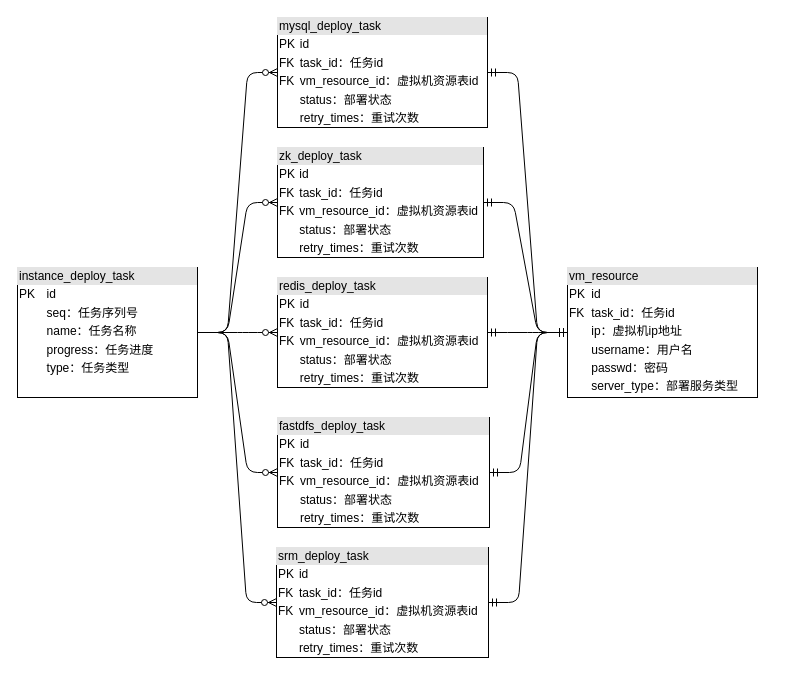
Above: page "数据库设计" (3 of 3) of SAAS自动部署.drawio in iceAcmen/myDesign (draw.io), before the change. Source tidied: cells renumbered, new cells numbered last; positions are measured from the earlier drawing's top-left corner, leaving out a move shared by most shapes. Both pictures are drawn from the tidied source at 100%, with x=0, y=0 at pixel (17, 17).
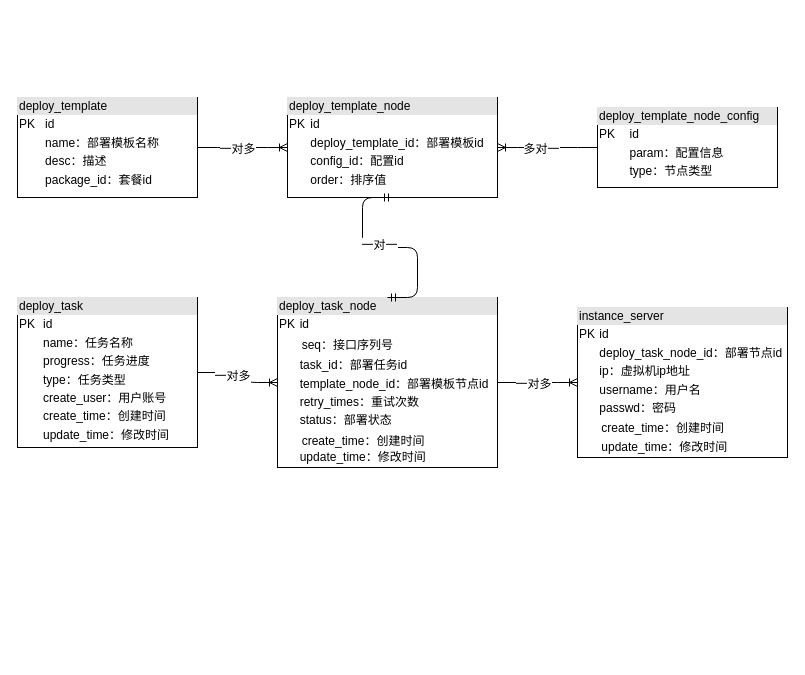
Above is the later version.

Change to the diagram source:
```diff
@@
 <mxGraphModel>
   <root>
     <mxCell id="0" />
     <mxCell id="1" parent="0" />
-    <mxCell id="2" value="&lt;div style=&quot;box-sizing: border-box ; width: 100% ; background: #e4e4e4 ; padding: 2px&quot;&gt;instance_deploy_task&lt;/div&gt;&lt;table style=&quot;width: 100% ; font-size: 1em&quot; cellpadding=&quot;2&quot; cellspacing=&quot;0&quot;&gt;&lt;tbody&gt;&lt;tr&gt;&lt;td&gt;PK&lt;/td&gt;&lt;td&gt;id&lt;/td&gt;&lt;/tr&gt;&lt;tr&gt;&lt;td&gt;&lt;br&gt;&lt;/td&gt;&lt;td&gt;seq：任务序列号&lt;/td&gt;&lt;/tr&gt;&lt;tr&gt;&lt;td&gt;&lt;/td&gt;&lt;td&gt;name：任务名称&lt;/td&gt;&lt;/tr&gt;&lt;tr&gt;&lt;td&gt;&lt;br&gt;&lt;/td&gt;&lt;td&gt;progress：任务进度&lt;/td&gt;&lt;/tr&gt;&lt;tr&gt;&lt;td&gt;&lt;br&gt;&lt;/td&gt;&lt;td&gt;type：任务类型&lt;/td&gt;&lt;/tr&gt;&lt;/tbody&gt;&lt;/table&gt;" style="verticalAlign=top;align=left;overflow=fill;html=1;" parent="1" vertex="1">
-      <mxGeometry y="250" width="180" height="130" as="geometry" />
+    <mxCell id="2" value="&lt;div style=&quot;box-sizing: border-box ; width: 100% ; background: #e4e4e4 ; padding: 2px&quot;&gt;deploy_task&lt;/div&gt;&lt;table style=&quot;width: 100% ; font-size: 1em&quot; cellpadding=&quot;2&quot; cellspacing=&quot;0&quot;&gt;&lt;tbody&gt;&lt;tr&gt;&lt;td&gt;PK&lt;/td&gt;&lt;td&gt;id&lt;/td&gt;&lt;/tr&gt;&lt;tr&gt;&lt;td&gt;&lt;/td&gt;&lt;td&gt;name：任务名称&lt;/td&gt;&lt;/tr&gt;&lt;tr&gt;&lt;td&gt;&lt;br&gt;&lt;/td&gt;&lt;td&gt;progress：任务进度&lt;/td&gt;&lt;/tr&gt;&lt;tr&gt;&lt;td&gt;&lt;br&gt;&lt;/td&gt;&lt;td&gt;type：任务类型&lt;/td&gt;&lt;/tr&gt;&lt;tr&gt;&lt;td&gt;&lt;br&gt;&lt;/td&gt;&lt;td&gt;create_user：用户账号&lt;/td&gt;&lt;/tr&gt;&lt;tr&gt;&lt;td&gt;&lt;br&gt;&lt;/td&gt;&lt;td&gt;create_time：创建时间&lt;/td&gt;&lt;/tr&gt;&lt;tr&gt;&lt;td&gt;&lt;br&gt;&lt;/td&gt;&lt;td&gt;update_time：修改时间&lt;/td&gt;&lt;/tr&gt;&lt;/tbody&gt;&lt;/table&gt;" style="verticalAlign=top;align=left;overflow=fill;html=1;" parent="1" vertex="1">
+      <mxGeometry y="280" width="180" height="150" as="geometry" />
     </mxCell>
-    <mxCell id="3" value="&lt;div style=&quot;box-sizing: border-box ; width: 100% ; background: #e4e4e4 ; padding: 2px&quot;&gt;mysql_deploy_task&lt;/div&gt;&lt;table style=&quot;width: 100% ; font-size: 1em&quot; cellpadding=&quot;2&quot; cellspacing=&quot;0&quot;&gt;&lt;tbody&gt;&lt;tr&gt;&lt;td&gt;PK&lt;/td&gt;&lt;td&gt;id&lt;/td&gt;&lt;/tr&gt;&lt;tr&gt;&lt;td&gt;FK&lt;/td&gt;&lt;td&gt;task_id：任务id&lt;/td&gt;&lt;/tr&gt;&lt;tr&gt;&lt;td&gt;FK&lt;br&gt;&lt;/td&gt;&lt;td&gt;vm_resource_id：虚拟机资源表id&lt;/td&gt;&lt;/tr&gt;&lt;tr&gt;&lt;td&gt;&lt;br&gt;&lt;/td&gt;&lt;td&gt;status：部署状态&lt;/td&gt;&lt;/tr&gt;&lt;tr&gt;&lt;td&gt;&lt;br&gt;&lt;/td&gt;&lt;td&gt;retry_times：重试次数&lt;/td&gt;&lt;/tr&gt;&lt;/tbody&gt;&lt;/table&gt;" style="verticalAlign=top;align=left;overflow=fill;html=1;" parent="1" vertex="1">
-      <mxGeometry x="260" width="210" height="110" as="geometry" />
-    </mxCell>
-    <mxCell id="4" value="&lt;div style=&quot;box-sizing: border-box ; width: 100% ; background: #e4e4e4 ; padding: 2px&quot;&gt;vm_resource&lt;/div&gt;&lt;table style=&quot;width: 100% ; font-size: 1em&quot; cellpadding=&quot;2&quot; cellspacing=&quot;0&quot;&gt;&lt;tbody&gt;&lt;tr&gt;&lt;td&gt;PK&lt;/td&gt;&lt;td&gt;id&lt;/td&gt;&lt;/tr&gt;&lt;tr&gt;&lt;td&gt;FK&lt;/td&gt;&lt;td&gt;task_id：任务id&lt;/td&gt;&lt;/tr&gt;&lt;tr&gt;&lt;td&gt;&lt;br&gt;&lt;/td&gt;&lt;td&gt;ip：虚拟机ip地址&lt;/td&gt;&lt;/tr&gt;&lt;tr&gt;&lt;td&gt;&lt;br&gt;&lt;/td&gt;&lt;td&gt;username：用户名&lt;/td&gt;&lt;/tr&gt;&lt;tr&gt;&lt;td&gt;&lt;br&gt;&lt;/td&gt;&lt;td&gt;passwd：密码&lt;/td&gt;&lt;/tr&gt;&lt;tr&gt;&lt;td&gt;&lt;br&gt;&lt;/td&gt;&lt;td&gt;server_type：部署服务类型&lt;/td&gt;&lt;/tr&gt;&lt;/tbody&gt;&lt;/table&gt;" style="verticalAlign=top;align=left;overflow=fill;html=1;" parent="1" vertex="1">
-      <mxGeometry x="550" y="250" width="190" height="130" as="geometry" />
+    <mxCell id="4" value="&lt;div style=&quot;box-sizing: border-box ; width: 100% ; background: #e4e4e4 ; padding: 2px&quot;&gt;instance_server&lt;/div&gt;&lt;table style=&quot;width: 100% ; font-size: 1em&quot; cellpadding=&quot;2&quot; cellspacing=&quot;0&quot;&gt;&lt;tbody&gt;&lt;tr&gt;&lt;td&gt;PK&lt;/td&gt;&lt;td&gt;id&lt;/td&gt;&lt;/tr&gt;&lt;tr&gt;&lt;td&gt;&lt;br&gt;&lt;/td&gt;&lt;td&gt;deploy_task_node_id：部署节点id&lt;/td&gt;&lt;/tr&gt;&lt;tr&gt;&lt;td&gt;&lt;br&gt;&lt;/td&gt;&lt;td&gt;ip：虚拟机ip地址&lt;/td&gt;&lt;/tr&gt;&lt;tr&gt;&lt;td&gt;&lt;br&gt;&lt;/td&gt;&lt;td&gt;username：用户名&lt;/td&gt;&lt;/tr&gt;&lt;tr&gt;&lt;td&gt;&lt;br&gt;&lt;/td&gt;&lt;td&gt;passwd：密码&lt;/td&gt;&lt;/tr&gt;&lt;tr&gt;&lt;td&gt;&lt;br&gt;&lt;/td&gt;&lt;td&gt;&lt;table cellpadding=&quot;2&quot; cellspacing=&quot;0&quot; style=&quot;font-size: 1em ; width: 180px&quot;&gt;&lt;tbody&gt;&lt;tr&gt;&lt;td&gt;create_time：创建时间&lt;/td&gt;&lt;/tr&gt;&lt;tr&gt;&lt;td&gt;update_time：修改时间&lt;br&gt;&lt;/td&gt;&lt;/tr&gt;&lt;tr&gt;&lt;/tr&gt;&lt;/tbody&gt;&lt;/table&gt;&lt;/td&gt;&lt;/tr&gt;&lt;/tbody&gt;&lt;/table&gt;" style="verticalAlign=top;align=left;overflow=fill;html=1;" parent="1" vertex="1">
+      <mxGeometry x="560" y="290" width="210" height="150" as="geometry" />
     </mxCell>
-    <mxCell id="5" value="&lt;div style=&quot;box-sizing: border-box ; width: 100% ; background: #e4e4e4 ; padding: 2px&quot;&gt;redis_deploy_task&lt;/div&gt;&lt;table style=&quot;width: 100% ; font-size: 1em&quot; cellpadding=&quot;2&quot; cellspacing=&quot;0&quot;&gt;&lt;tbody&gt;&lt;tr&gt;&lt;td&gt;PK&lt;/td&gt;&lt;td&gt;id&lt;/td&gt;&lt;/tr&gt;&lt;tr&gt;&lt;td&gt;FK&lt;br&gt;&lt;/td&gt;&lt;td&gt;task_id：任务id&lt;/td&gt;&lt;/tr&gt;&lt;tr&gt;&lt;td&gt;FK&lt;br&gt;&lt;/td&gt;&lt;td&gt;vm_resource_id：虚拟机资源表id&lt;/td&gt;&lt;/tr&gt;&lt;tr&gt;&lt;td&gt;&lt;br&gt;&lt;/td&gt;&lt;td&gt;status：部署状态&lt;/td&gt;&lt;/tr&gt;&lt;tr&gt;&lt;td&gt;&lt;br&gt;&lt;/td&gt;&lt;td&gt;retry_times：重试次数&lt;br&gt;&lt;/td&gt;&lt;/tr&gt;&lt;/tbody&gt;&lt;/table&gt;" style="verticalAlign=top;align=left;overflow=fill;html=1;" parent="1" vertex="1">
-      <mxGeometry x="260" y="260" width="210" height="110" as="geometry" />
-    </mxCell>
-    <mxCell id="6" value="&lt;div style=&quot;box-sizing: border-box ; width: 100% ; background: #e4e4e4 ; padding: 2px&quot;&gt;zk_deploy_task&lt;/div&gt;&lt;table style=&quot;width: 100% ; font-size: 1em&quot; cellpadding=&quot;2&quot; cellspacing=&quot;0&quot;&gt;&lt;tbody&gt;&lt;tr&gt;&lt;td&gt;PK&lt;/td&gt;&lt;td&gt;id&lt;/td&gt;&lt;/tr&gt;&lt;tr&gt;&lt;td&gt;FK&lt;br&gt;&lt;/td&gt;&lt;td&gt;task_id：任务id&lt;/td&gt;&lt;/tr&gt;&lt;tr&gt;&lt;td&gt;FK&lt;br&gt;&lt;/td&gt;&lt;td&gt;vm_resource_id：虚拟机资源表id&lt;/td&gt;&lt;/tr&gt;&lt;tr&gt;&lt;td&gt;&lt;br&gt;&lt;/td&gt;&lt;td&gt;status：部署状态&lt;/td&gt;&lt;/tr&gt;&lt;tr&gt;&lt;td&gt;&lt;br&gt;&lt;/td&gt;&lt;td&gt;retry_times：重试次数&lt;br&gt;&lt;/td&gt;&lt;/tr&gt;&lt;/tbody&gt;&lt;/table&gt;" style="verticalAlign=top;align=left;overflow=fill;html=1;" parent="1" vertex="1">
-      <mxGeometry x="260" y="130" width="206" height="110" as="geometry" />
-    </mxCell>
-    <mxCell id="7" value="&lt;div style=&quot;box-sizing: border-box ; width: 100% ; background: #e4e4e4 ; padding: 2px&quot;&gt;fastdfs_deploy_task&lt;/div&gt;&lt;table style=&quot;width: 100% ; font-size: 1em&quot; cellpadding=&quot;2&quot; cellspacing=&quot;0&quot;&gt;&lt;tbody&gt;&lt;tr&gt;&lt;td&gt;PK&lt;/td&gt;&lt;td&gt;id&lt;/td&gt;&lt;/tr&gt;&lt;tr&gt;&lt;td&gt;FK&lt;br&gt;&lt;/td&gt;&lt;td&gt;task_id：任务id&lt;/td&gt;&lt;/tr&gt;&lt;tr&gt;&lt;td&gt;FK&lt;br&gt;&lt;/td&gt;&lt;td&gt;vm_resource_id：虚拟机资源表id&lt;/td&gt;&lt;/tr&gt;&lt;tr&gt;&lt;td&gt;&lt;br&gt;&lt;/td&gt;&lt;td&gt;status：部署状态&lt;/td&gt;&lt;/tr&gt;&lt;tr&gt;&lt;td&gt;&lt;br&gt;&lt;/td&gt;&lt;td&gt;retry_times：重试次数&lt;br&gt;&lt;/td&gt;&lt;/tr&gt;&lt;/tbody&gt;&lt;/table&gt;" style="verticalAlign=top;align=left;overflow=fill;html=1;" parent="1" vertex="1">
-      <mxGeometry x="260" y="400" width="212" height="110" as="geometry" />
-    </mxCell>
-    <mxCell id="8" style="edgeStyle=entityRelationEdgeStyle;fontSize=12;html=1;endArrow=ERzeroToMany;endFill=1;exitX=1;exitY=0.5;exitDx=0;exitDy=0;" parent="1" edge="1" source="2" target="3">
-      <mxGeometry relative="1" as="geometry" />
-    </mxCell>
-    <mxCell id="9" style="edgeStyle=entityRelationEdgeStyle;fontSize=12;html=1;endArrow=ERzeroToMany;endFill=1;" parent="1" edge="1" source="2" target="6">
-      <mxGeometry relative="1" as="geometry" />
-    </mxCell>
-    <mxCell id="10" style="edgeStyle=entityRelationEdgeStyle;fontSize=12;html=1;endArrow=ERzeroToMany;endFill=1;" parent="1" edge="1" source="2" target="5">
-      <mxGeometry relative="1" as="geometry" />
-    </mxCell>
-    <mxCell id="11" style="edgeStyle=entityRelationEdgeStyle;fontSize=12;html=1;endArrow=ERzeroToMany;endFill=1;" parent="1" edge="1" source="2" target="7">
-      <mxGeometry relative="1" as="geometry" />
-    </mxCell>
-    <mxCell id="12" style="edgeStyle=entityRelationEdgeStyle;fontSize=12;html=1;endArrow=ERmandOne;startArrow=ERmandOne;" parent="1" edge="1" source="3" target="4">
-      <mxGeometry relative="1" as="geometry" />
-    </mxCell>
-    <mxCell id="13" style="edgeStyle=entityRelationEdgeStyle;fontSize=12;html=1;endArrow=ERmandOne;startArrow=ERmandOne;" parent="1" edge="1" source="6" target="4">
-      <mxGeometry relative="1" as="geometry" />
-    </mxCell>
-    <mxCell id="14" style="edgeStyle=entityRelationEdgeStyle;fontSize=12;html=1;endArrow=ERmandOne;startArrow=ERmandOne;" parent="1" edge="1" source="5" target="4">
-      <mxGeometry relative="1" as="geometry" />
-    </mxCell>
-    <mxCell id="15" style="edgeStyle=entityRelationEdgeStyle;fontSize=12;html=1;endArrow=ERmandOne;startArrow=ERmandOne;" parent="1" edge="1" source="7" target="4">
-      <mxGeometry relative="1" as="geometry" />
-    </mxCell>
-    <mxCell id="16" value="&lt;div style=&quot;box-sizing: border-box ; width: 100% ; background: #e4e4e4 ; padding: 2px&quot;&gt;srm_deploy_task&lt;/div&gt;&lt;table style=&quot;width: 100% ; font-size: 1em&quot; cellpadding=&quot;2&quot; cellspacing=&quot;0&quot;&gt;&lt;tbody&gt;&lt;tr&gt;&lt;td&gt;PK&lt;/td&gt;&lt;td&gt;id&lt;/td&gt;&lt;/tr&gt;&lt;tr&gt;&lt;td&gt;FK&lt;br&gt;&lt;/td&gt;&lt;td&gt;task_id：任务id&lt;/td&gt;&lt;/tr&gt;&lt;tr&gt;&lt;td&gt;FK&lt;br&gt;&lt;/td&gt;&lt;td&gt;vm_resource_id：虚拟机资源表id&lt;/td&gt;&lt;/tr&gt;&lt;tr&gt;&lt;td&gt;&lt;br&gt;&lt;/td&gt;&lt;td&gt;status：部署状态&lt;/td&gt;&lt;/tr&gt;&lt;tr&gt;&lt;td&gt;&lt;br&gt;&lt;/td&gt;&lt;td&gt;retry_times：重试次数&lt;br&gt;&lt;/td&gt;&lt;/tr&gt;&lt;/tbody&gt;&lt;/table&gt;" style="verticalAlign=top;align=left;overflow=fill;html=1;" parent="1" vertex="1">
-      <mxGeometry x="259" y="530" width="212" height="110" as="geometry" />
-    </mxCell>
-    <mxCell id="17" style="edgeStyle=entityRelationEdgeStyle;fontSize=12;html=1;endArrow=ERzeroToMany;endFill=1;" parent="1" edge="1" source="2" target="16">
-      <mxGeometry relative="1" as="geometry" />
-    </mxCell>
-    <mxCell id="18" style="edgeStyle=entityRelationEdgeStyle;fontSize=12;html=1;endArrow=ERmandOne;startArrow=ERmandOne;" parent="1" edge="1" source="16" target="4">
-      <mxGeometry relative="1" as="geometry" />
-    </mxCell>
+    <mxCell id="19" value="&lt;div style=&quot;box-sizing: border-box ; width: 100% ; background: #e4e4e4 ; padding: 2px&quot;&gt;deploy_template&lt;/div&gt;&lt;table style=&quot;width: 100% ; font-size: 1em&quot; cellpadding=&quot;2&quot; cellspacing=&quot;0&quot;&gt;&lt;tbody&gt;&lt;tr&gt;&lt;td&gt;PK&lt;/td&gt;&lt;td&gt;id&lt;/td&gt;&lt;/tr&gt;&lt;tr&gt;&lt;td&gt;&lt;/td&gt;&lt;td&gt;name：部署模板名称&lt;/td&gt;&lt;/tr&gt;&lt;tr&gt;&lt;td&gt;&lt;br&gt;&lt;/td&gt;&lt;td&gt;desc：描述&lt;/td&gt;&lt;/tr&gt;&lt;tr&gt;&lt;td&gt;&lt;br&gt;&lt;/td&gt;&lt;td&gt;package_id：套餐id&lt;/td&gt;&lt;/tr&gt;&lt;/tbody&gt;&lt;/table&gt;" style="verticalAlign=top;align=left;overflow=fill;html=1;" parent="1" vertex="1">
+      <mxGeometry y="80" width="180" height="100" as="geometry" />
+    </mxCell>
+    <mxCell id="20" value="&lt;div style=&quot;box-sizing: border-box ; width: 100% ; background: #e4e4e4 ; padding: 2px&quot;&gt;deploy_template_node&lt;/div&gt;&lt;table style=&quot;width: 100% ; font-size: 1em&quot; cellpadding=&quot;2&quot; cellspacing=&quot;0&quot;&gt;&lt;tbody&gt;&lt;tr&gt;&lt;td&gt;PK&lt;/td&gt;&lt;td&gt;id&lt;/td&gt;&lt;/tr&gt;&lt;tr&gt;&lt;td&gt;&lt;/td&gt;&lt;td&gt;deploy_template_id：部署模板id&lt;/td&gt;&lt;/tr&gt;&lt;tr&gt;&lt;td&gt;&lt;br&gt;&lt;/td&gt;&lt;td&gt;config_id：配置id&lt;/td&gt;&lt;/tr&gt;&lt;tr&gt;&lt;td&gt;&lt;br&gt;&lt;/td&gt;&lt;td&gt;order：排序值&lt;/td&gt;&lt;/tr&gt;&lt;/tbody&gt;&lt;/table&gt;" style="verticalAlign=top;align=left;overflow=fill;html=1;" parent="1" vertex="1">
+      <mxGeometry x="270" y="80" width="210" height="100" as="geometry" />
+    </mxCell>
+    <mxCell id="21" value="&lt;div style=&quot;box-sizing: border-box ; width: 100% ; background: #e4e4e4 ; padding: 2px&quot;&gt;deploy_template_node_config&lt;/div&gt;&lt;table style=&quot;width: 100% ; font-size: 1em&quot; cellpadding=&quot;2&quot; cellspacing=&quot;0&quot;&gt;&lt;tbody&gt;&lt;tr&gt;&lt;td&gt;PK&lt;/td&gt;&lt;td&gt;id&lt;/td&gt;&lt;/tr&gt;&lt;tr&gt;&lt;td&gt;&lt;/td&gt;&lt;td&gt;param：配置信息&lt;/td&gt;&lt;/tr&gt;&lt;tr&gt;&lt;td&gt;&lt;br&gt;&lt;/td&gt;&lt;td&gt;type：节点类型&lt;/td&gt;&lt;/tr&gt;&lt;/tbody&gt;&lt;/table&gt;" style="verticalAlign=top;align=left;overflow=fill;html=1;" parent="1" vertex="1">
+      <mxGeometry x="580" y="90" width="180" height="80" as="geometry" />
+    </mxCell>
+    <mxCell id="22" value="&lt;div style=&quot;box-sizing: border-box ; width: 100% ; background: #e4e4e4 ; padding: 2px&quot;&gt;deploy_task_node&lt;/div&gt;&lt;table style=&quot;width: 100% ; font-size: 1em&quot; cellpadding=&quot;2&quot; cellspacing=&quot;0&quot;&gt;&lt;tbody&gt;&lt;tr&gt;&lt;td&gt;PK&lt;/td&gt;&lt;td&gt;id&lt;/td&gt;&lt;/tr&gt;&lt;tr&gt;&lt;td&gt;&lt;br&gt;&lt;/td&gt;&lt;td&gt;&lt;table cellpadding=&quot;2&quot; cellspacing=&quot;0&quot; style=&quot;font-size: 1em ; width: 180px&quot;&gt;&lt;tbody&gt;&lt;tr&gt;&lt;td&gt;seq：接口序列号&lt;/td&gt;&lt;/tr&gt;&lt;tr&gt;&lt;/tr&gt;&lt;/tbody&gt;&lt;/table&gt;&lt;/td&gt;&lt;/tr&gt;&lt;tr&gt;&lt;td&gt;&lt;br&gt;&lt;/td&gt;&lt;td&gt;task_id：部署任务id&lt;/td&gt;&lt;/tr&gt;&lt;tr&gt;&lt;td&gt;&lt;/td&gt;&lt;td&gt;template_node_id：部署模板节点id&lt;/td&gt;&lt;/tr&gt;&lt;tr&gt;&lt;td&gt;&lt;br&gt;&lt;/td&gt;&lt;td&gt;retry_times：重试次数&lt;/td&gt;&lt;/tr&gt;&lt;tr&gt;&lt;td&gt;&lt;br&gt;&lt;/td&gt;&lt;td&gt;status：部署状态&lt;/td&gt;&lt;/tr&gt;&lt;tr&gt;&lt;td&gt;&lt;br&gt;&lt;/td&gt;&lt;td&gt;&lt;table cellpadding=&quot;2&quot; cellspacing=&quot;0&quot; style=&quot;font-size: 1em ; width: 180px&quot;&gt;&lt;tbody&gt;&lt;tr&gt;&lt;/tr&gt;&lt;/tbody&gt;&lt;/table&gt;&lt;table cellpadding=&quot;2&quot; cellspacing=&quot;0&quot; style=&quot;font-size: 1em ; width: 180px&quot;&gt;&lt;tbody&gt;&lt;tr&gt;&lt;td&gt;create_time：创建时间&lt;/td&gt;&lt;/tr&gt;&lt;tr&gt;&lt;/tr&gt;&lt;/tbody&gt;&lt;/table&gt;update_time：修改时间&lt;br&gt;&lt;/td&gt;&lt;/tr&gt;&lt;/tbody&gt;&lt;/table&gt;" style="verticalAlign=top;align=left;overflow=fill;html=1;" parent="1" vertex="1">
+      <mxGeometry x="260" y="280" width="220" height="170" as="geometry" />
+    </mxCell>
+    <mxCell id="23" style="edgeStyle=entityRelationEdgeStyle;fontSize=12;html=1;endArrow=ERoneToMany;" parent="1" edge="1" source="19" target="20">
+      <mxGeometry relative="1" as="geometry" />
+    </mxCell>
+    <mxCell id="24" value="一对多" style="text;html=1;align=center;verticalAlign=middle;labelBackgroundColor=#ffffff;" parent="23" vertex="1">
+      <mxGeometry x="-0.13" y="-1" relative="1" as="geometry" />
+    </mxCell>
+    <mxCell id="25" style="edgeStyle=entityRelationEdgeStyle;fontSize=12;html=1;endArrow=ERoneToMany;" parent="1" edge="1" source="21" target="20">
+      <mxGeometry relative="1" as="geometry" />
+    </mxCell>
+    <mxCell id="26" value="多对一" style="text;html=1;align=center;verticalAlign=middle;labelBackgroundColor=#ffffff;" parent="25" vertex="1">
+      <mxGeometry x="0.14" y="1" relative="1" as="geometry" />
+    </mxCell>
+    <mxCell id="27" style="edgeStyle=entityRelationEdgeStyle;fontSize=12;html=1;endArrow=ERoneToMany;" parent="1" edge="1" source="2" target="22">
+      <mxGeometry relative="1" as="geometry" />
+    </mxCell>
+    <mxCell id="28" value="一对多" style="text;html=1;align=center;verticalAlign=middle;labelBackgroundColor=#ffffff;" parent="27" vertex="1">
+      <mxGeometry x="-0.13" y="-1" relative="1" as="geometry" />
+    </mxCell>
+    <mxCell id="29" style="edgeStyle=entityRelationEdgeStyle;fontSize=12;html=1;endArrow=ERoneToMany;" parent="1" edge="1" source="22" target="4">
+      <mxGeometry relative="1" as="geometry" />
+    </mxCell>
+    <mxCell id="30" value="一对多" style="text;html=1;align=center;verticalAlign=middle;labelBackgroundColor=#ffffff;" parent="29" vertex="1">
+      <mxGeometry x="-0.13" y="-1" relative="1" as="geometry" />
+    </mxCell>
+    <mxCell id="31" style="edgeStyle=entityRelationEdgeStyle;fontSize=12;html=1;endArrow=ERmandOne;startArrow=ERmandOne;entryX=0.5;entryY=1;entryDx=0;entryDy=0;exitX=0.5;exitY=0;exitDx=0;exitDy=0;" parent="1" edge="1" source="22" target="20">
+      <mxGeometry relative="1" as="geometry" />
+    </mxCell>
+    <mxCell id="32" value="一对一" style="text;html=1;align=center;verticalAlign=middle;labelBackgroundColor=#ffffff;" parent="31" vertex="1">
+      <mxGeometry x="0.11" y="-3" relative="1" as="geometry" />
+    </mxCell>
   </root>
 </mxGraphModel>
```
